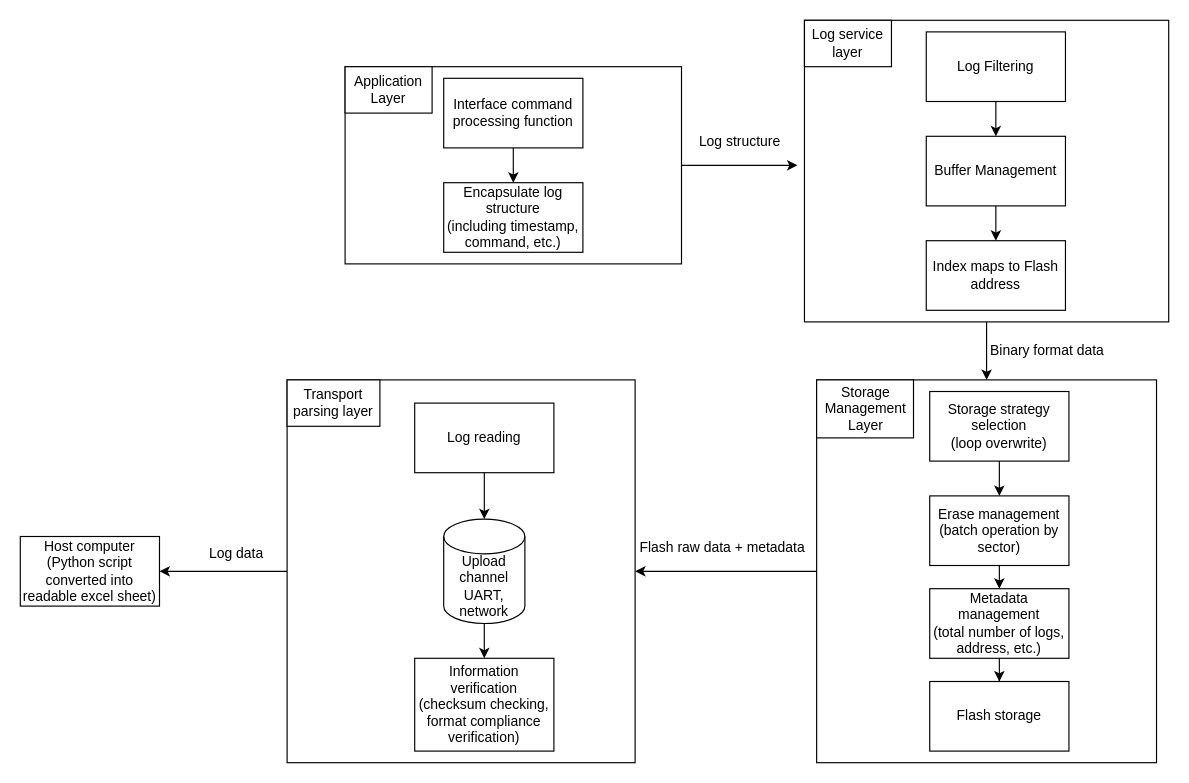
WHUT-LHT/hello-world keeps this draw.io diagram as page "第 1 页" (1 of 4) of 小论文.drawio. Above is the earlier version. Source tidied: cells renumbered, new cells numbered last; positions are measured from the earlier drawing's top-left corner, leaving out a move shared by most shapes. Both pictures are drawn from the tidied source at 116%, with x=0, y=0 at pixel (20, 20).
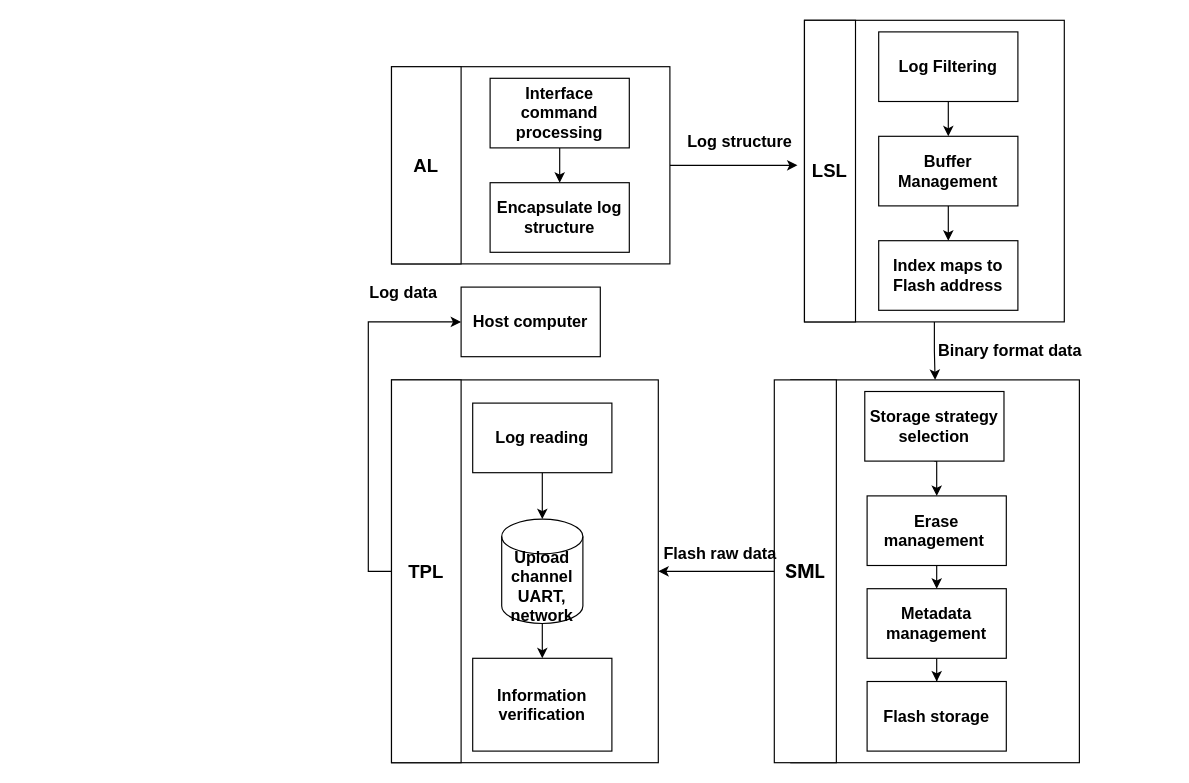
After the change.

What changed in the source:
```diff
@@
-    <mxCell id="2" style="edgeStyle=orthogonalEdgeStyle;rounded=0;jettySize=auto;html=1;exitX=0.5;exitY=1;exitDx=0;exitDy=0;entryX=0.5;entryY=0;entryDx=0;entryDy=0;" parent="1" edge="1" source="3" target="17">
+    <mxCell id="2" style="edgeStyle=orthogonalEdgeStyle;rounded=0;jettySize=auto;html=1;exitX=0.5;exitY=1;exitDx=0;exitDy=0;entryX=0.5;entryY=0;entryDx=0;entryDy=0;fontSize=12;" parent="1" edge="1" source="3" target="17">
       <mxGeometry relative="1" as="geometry" />
     </mxCell>
-    <mxCell id="3" style="rounded=0;whiteSpace=wrap;html=1;" parent="1" vertex="1">
-      <mxGeometry x="676" width="314" height="260" as="geometry" />
+    <mxCell id="3" style="rounded=0;whiteSpace=wrap;html=1;fontSize=12;" parent="1" vertex="1">
+      <mxGeometry x="676" width="224" height="260" as="geometry" />
     </mxCell>
-    <mxCell id="4" style="edgeStyle=orthogonalEdgeStyle;rounded=0;jettySize=auto;html=1;" parent="1" edge="1" source="5">
+    <mxCell id="4" style="edgeStyle=orthogonalEdgeStyle;rounded=0;jettySize=auto;html=1;fontSize=12;" parent="1" edge="1" source="5">
       <mxGeometry relative="1" as="geometry">
         <mxPoint x="670" y="125" as="targetPoint" />
       </mxGeometry>
     </mxCell>
-    <mxCell id="5" style="rounded=0;whiteSpace=wrap;html=1;align=center;" parent="1" vertex="1">
-      <mxGeometry x="280" y="40" width="290" height="170" as="geometry" />
+    <mxCell id="5" style="rounded=0;whiteSpace=wrap;html=1;align=center;fontSize=12;" parent="1" vertex="1">
+      <mxGeometry x="320" y="40" width="240" height="170" as="geometry" />
     </mxCell>
-    <mxCell id="6" value="Application Layer" style="rounded=0;whiteSpace=wrap;html=1;" parent="1" vertex="1">
-      <mxGeometry x="280" y="40" width="75" height="40" as="geometry" />
+    <mxCell id="6" value="&lt;b&gt;AL&lt;/b&gt;" style="rounded=0;whiteSpace=wrap;html=1;fontSize=16;" parent="1" vertex="1">
+      <mxGeometry x="320" y="40" width="60" height="170" as="geometry" />
     </mxCell>
-    <mxCell id="7" style="edgeStyle=orthogonalEdgeStyle;rounded=0;jettySize=auto;html=1;exitX=0.5;exitY=1;exitDx=0;exitDy=0;entryX=0.5;entryY=0;entryDx=0;entryDy=0;" parent="1" edge="1" source="8" target="9">
+    <mxCell id="7" style="edgeStyle=orthogonalEdgeStyle;rounded=0;jettySize=auto;html=1;exitX=0.5;exitY=1;exitDx=0;exitDy=0;entryX=0.5;entryY=0;entryDx=0;entryDy=0;fontSize=12;" parent="1" edge="1" source="8" target="9">
       <mxGeometry relative="1" as="geometry" />
     </mxCell>
-    <mxCell id="8" value="Interface command processing function" style="rounded=0;whiteSpace=wrap;html=1;" parent="1" vertex="1">
-      <mxGeometry x="365" y="50" width="120" height="60" as="geometry" />
+    <mxCell id="8" value="Interface command processing" style="rounded=0;whiteSpace=wrap;html=1;fontSize=14;fontStyle=1;" parent="1" vertex="1">
+      <mxGeometry x="405" y="50" width="120" height="60" as="geometry" />
     </mxCell>
-    <mxCell id="9" value="&lt;div&gt;Encapsulate log structure&lt;/div&gt;&lt;div&gt;(including timestamp, command, etc.)&lt;/div&gt;" style="rounded=0;whiteSpace=wrap;html=1;" parent="1" vertex="1">
-      <mxGeometry x="365" y="140" width="120" height="60" as="geometry" />
+    <mxCell id="9" value="&lt;div&gt;Encapsulate log structure&lt;/div&gt;" style="rounded=0;whiteSpace=wrap;html=1;fontSize=14;fontStyle=1;" parent="1" vertex="1">
+      <mxGeometry x="405" y="140" width="120" height="60" as="geometry" />
     </mxCell>
-    <mxCell id="10" style="edgeStyle=orthogonalEdgeStyle;rounded=0;jettySize=auto;html=1;" parent="1" edge="1" source="11" target="13">
+    <mxCell id="10" style="edgeStyle=orthogonalEdgeStyle;rounded=0;jettySize=auto;html=1;fontSize=12;" parent="1" edge="1" source="11" target="13">
       <mxGeometry relative="1" as="geometry" />
     </mxCell>
-    <mxCell id="11" value="Log Filtering" style="rounded=0;whiteSpace=wrap;html=1;" parent="1" vertex="1">
-      <mxGeometry x="781" y="10" width="120" height="60" as="geometry" />
+    <mxCell id="11" value="Log Filtering" style="rounded=0;whiteSpace=wrap;html=1;fontSize=14;fontStyle=1;" parent="1" vertex="1">
+      <mxGeometry x="740" y="10" width="120" height="60" as="geometry" />
     </mxCell>
-    <mxCell id="12" style="edgeStyle=orthogonalEdgeStyle;rounded=0;jettySize=auto;html=1;" parent="1" edge="1" source="13" target="15">
+    <mxCell id="12" style="edgeStyle=orthogonalEdgeStyle;rounded=0;jettySize=auto;html=1;fontSize=12;" parent="1" edge="1" source="13" target="15">
       <mxGeometry relative="1" as="geometry" />
     </mxCell>
-    <mxCell id="13" value="Buffer Management" style="rounded=0;whiteSpace=wrap;html=1;" parent="1" vertex="1">
-      <mxGeometry x="781" y="100" width="120" height="60" as="geometry" />
+    <mxCell id="13" value="Buffer Management" style="rounded=0;whiteSpace=wrap;html=1;fontSize=14;fontStyle=1;" parent="1" vertex="1">
+      <mxGeometry x="740" y="100" width="120" height="60" as="geometry" />
     </mxCell>
-    <mxCell id="14" value="Log service layer" style="rounded=0;whiteSpace=wrap;html=1;" parent="1" vertex="1">
-      <mxGeometry x="676" width="75" height="40" as="geometry" />
+    <mxCell id="14" value="LSL" style="rounded=0;whiteSpace=wrap;html=1;fontSize=16;fontStyle=1;" parent="1" vertex="1">
+      <mxGeometry x="676" width="44" height="260" as="geometry" />
     </mxCell>
-    <mxCell id="15" value="Index maps to Flash address" style="rounded=0;whiteSpace=wrap;html=1;" parent="1" vertex="1">
-      <mxGeometry x="781" y="190" width="120" height="60" as="geometry" />
+    <mxCell id="15" value="Index maps to Flash address" style="rounded=0;whiteSpace=wrap;html=1;fontSize=14;fontStyle=1;" parent="1" vertex="1">
+      <mxGeometry x="740" y="190" width="120" height="60" as="geometry" />
     </mxCell>
-    <mxCell id="16" style="edgeStyle=orthogonalEdgeStyle;rounded=0;jettySize=auto;html=1;entryX=1;entryY=0.5;entryDx=0;entryDy=0;" parent="1" edge="1" source="17" target="28">
+    <mxCell id="16" style="edgeStyle=orthogonalEdgeStyle;rounded=0;jettySize=auto;html=1;entryX=1;entryY=0.5;entryDx=0;entryDy=0;fontSize=12;" parent="1" edge="1" source="17" target="28">
       <mxGeometry relative="1" as="geometry" />
     </mxCell>
-    <mxCell id="17" style="rounded=0;whiteSpace=wrap;html=1;" parent="1" vertex="1">
-      <mxGeometry x="686.5" y="310" width="293" height="330" as="geometry" />
+    <mxCell id="17" style="rounded=0;whiteSpace=wrap;html=1;fontSize=12;" parent="1" vertex="1">
+      <mxGeometry x="664.2" y="310" width="248.8" height="330" as="geometry" />
     </mxCell>
-    <mxCell id="18" value="Storage Management Layer" style="rounded=0;whiteSpace=wrap;html=1;" parent="1" vertex="1">
-      <mxGeometry x="686.5" y="310" width="83.5" height="50" as="geometry" />
+    <mxCell id="18" value="&lt;div style=&quot;text-align: start;&quot;&gt;&lt;span style=&quot;color: light-dark(rgb(0, 0, 0), rgb(255, 255, 255)); font-size: 16px; background-color: rgb(255, 255, 255);&quot;&gt;&lt;font face=&quot;Inter, -apple-system, BlinkMacSystemFont, Segoe UI, SF Pro SC, SF Pro Display, SF Pro Icons, PingFang SC, Hiragino Sans GB, Microsoft YaHei, Helvetica Neue, Helvetica, Arial, sans-serif&quot;&gt;&lt;b&gt;SML&lt;/b&gt;&lt;/font&gt;&lt;/span&gt;&lt;/div&gt;" style="rounded=0;whiteSpace=wrap;html=1;fontSize=12;" parent="1" vertex="1">
+      <mxGeometry x="650" y="310" width="53.5" height="330" as="geometry" />
     </mxCell>
-    <mxCell id="19" style="edgeStyle=orthogonalEdgeStyle;rounded=0;jettySize=auto;html=1;exitX=0.5;exitY=1;exitDx=0;exitDy=0;entryX=0.5;entryY=0;entryDx=0;entryDy=0;" parent="1" edge="1" source="20" target="22">
+    <mxCell id="19" style="edgeStyle=orthogonalEdgeStyle;rounded=0;jettySize=auto;html=1;exitX=0.5;exitY=1;exitDx=0;exitDy=0;entryX=0.5;entryY=0;entryDx=0;entryDy=0;fontSize=12;" parent="1" edge="1" source="20" target="22">
       <mxGeometry relative="1" as="geometry" />
     </mxCell>
-    <mxCell id="20" value="&lt;div&gt;Storage strategy selection&lt;/div&gt;&lt;div&gt;(loop overwrite)&lt;/div&gt;" style="rounded=0;whiteSpace=wrap;html=1;" parent="1" vertex="1">
-      <mxGeometry x="784" y="320" width="120" height="60" as="geometry" />
+    <mxCell id="20" value="&lt;div&gt;Storage strategy selection&lt;/div&gt;" style="rounded=0;whiteSpace=wrap;html=1;fontSize=14;fontStyle=1;" parent="1" vertex="1">
+      <mxGeometry x="728" y="320" width="120" height="60" as="geometry" />
     </mxCell>
-    <mxCell id="21" style="edgeStyle=orthogonalEdgeStyle;rounded=0;jettySize=auto;html=1;exitX=0.5;exitY=1;exitDx=0;exitDy=0;entryX=0.5;entryY=0;entryDx=0;entryDy=0;" parent="1" edge="1" source="22" target="24">
+    <mxCell id="21" style="edgeStyle=orthogonalEdgeStyle;rounded=0;jettySize=auto;html=1;exitX=0.5;exitY=1;exitDx=0;exitDy=0;entryX=0.5;entryY=0;entryDx=0;entryDy=0;fontSize=12;" parent="1" edge="1" source="22" target="24">
       <mxGeometry relative="1" as="geometry" />
     </mxCell>
-    <mxCell id="22" value="Erase management (batch operation by sector)" style="rounded=0;whiteSpace=wrap;html=1;" parent="1" vertex="1">
-      <mxGeometry x="784" y="410" width="120" height="60" as="geometry" />
+    <mxCell id="22" value="Erase management&amp;nbsp;" style="rounded=0;whiteSpace=wrap;html=1;fontSize=14;fontStyle=1;" parent="1" vertex="1">
+      <mxGeometry x="730" y="410" width="120" height="60" as="geometry" />
     </mxCell>
-    <mxCell id="23" style="edgeStyle=orthogonalEdgeStyle;rounded=0;jettySize=auto;html=1;" parent="1" edge="1" source="24" target="25">
+    <mxCell id="23" style="edgeStyle=orthogonalEdgeStyle;rounded=0;jettySize=auto;html=1;fontSize=12;" parent="1" edge="1" source="24" target="25">
       <mxGeometry relative="1" as="geometry" />
     </mxCell>
-    <mxCell id="24" value="&lt;div&gt;Metadata management&lt;/div&gt;&lt;div&gt;(total number of logs, address, etc.)&lt;/div&gt;" style="rounded=0;whiteSpace=wrap;html=1;" parent="1" vertex="1">
-      <mxGeometry x="784" y="490" width="120" height="60" as="geometry" />
+    <mxCell id="24" value="&lt;div&gt;Metadata management&lt;/div&gt;" style="rounded=0;whiteSpace=wrap;html=1;fontSize=14;fontStyle=1;" parent="1" vertex="1">
+      <mxGeometry x="730" y="490" width="120" height="60" as="geometry" />
     </mxCell>
-    <mxCell id="25" value="Flash storage" style="rounded=0;whiteSpace=wrap;html=1;" parent="1" vertex="1">
-      <mxGeometry x="784" y="570" width="120" height="60" as="geometry" />
+    <mxCell id="25" value="Flash storage" style="rounded=0;whiteSpace=wrap;html=1;fontSize=14;fontStyle=1;" parent="1" vertex="1">
+      <mxGeometry x="730" y="570" width="120" height="60" as="geometry" />
     </mxCell>
-    <mxCell id="26" style="edgeStyle=orthogonalEdgeStyle;rounded=0;orthogonalLoop=1;jettySize=auto;html=1;exitX=0.5;exitY=1;exitDx=0;exitDy=0;" parent="1" edge="1" source="20" target="20">
+    <mxCell id="26" style="edgeStyle=orthogonalEdgeStyle;rounded=0;orthogonalLoop=1;jettySize=auto;html=1;exitX=0.5;exitY=1;exitDx=0;exitDy=0;fontSize=12;" parent="1" edge="1" source="20" target="20">
       <mxGeometry relative="1" as="geometry" />
     </mxCell>
-    <mxCell id="27" style="edgeStyle=orthogonalEdgeStyle;rounded=0;jettySize=auto;html=1;exitX=0;exitY=0.5;exitDx=0;exitDy=0;entryX=1;entryY=0.5;entryDx=0;entryDy=0;" parent="1" edge="1" source="28" target="39">
-      <mxGeometry relative="1" as="geometry" />
-    </mxCell>
-    <mxCell id="28" value="&lt;h4 style=&quot;-webkit-font-smoothing: antialiased; box-sizing: border-box; -webkit-tap-highlight-color: rgba(0, 0, 0, 0); font-weight: 700; line-height: 28px; margin-top: 24px; font-size: 16px; color: rgb(0, 0, 0); overflow-anchor: auto; font-family: Inter, -apple-system, BlinkMacSystemFont, &amp;quot;Segoe UI&amp;quot;, &amp;quot;SF Pro SC&amp;quot;, &amp;quot;SF Pro Display&amp;quot;, &amp;quot;SF Pro Icons&amp;quot;, &amp;quot;PingFang SC&amp;quot;, &amp;quot;Hiragino Sans GB&amp;quot;, &amp;quot;Microsoft YaHei&amp;quot;, &amp;quot;Helvetica Neue&amp;quot;, Helvetica, Arial, sans-serif; font-style: normal; font-variant-ligatures: normal; font-variant-caps: normal; letter-spacing: normal; orphans: 2; text-align: start; text-indent: 0px; text-transform: none; widows: 2; word-spacing: 0px; -webkit-text-stroke-width: 0px; white-space: normal; background-color: rgb(255, 255, 255); text-decoration-thickness: initial; text-decoration-style: initial; text-decoration-color: initial; margin-bottom: 8px !important; padding-bottom: 0px !important;&quot; class=&quot;header-jfw95c auto-hide-last-sibling-br&quot;&gt;&lt;br&gt;&lt;/h4&gt;&lt;div&gt;&lt;br/&gt;&lt;/div&gt;" style="rounded=0;whiteSpace=wrap;html=1;" parent="1" vertex="1">
-      <mxGeometry x="230" y="310" width="300" height="330" as="geometry" />
+    <mxCell id="28" value="&lt;h4 style=&quot;-webkit-font-smoothing: antialiased; box-sizing: border-box; -webkit-tap-highlight-color: rgba(0, 0, 0, 0); font-weight: 700; line-height: 28px; margin-top: 24px; color: rgb(0, 0, 0); overflow-anchor: auto; font-family: Inter, -apple-system, BlinkMacSystemFont, &amp;quot;Segoe UI&amp;quot;, &amp;quot;SF Pro SC&amp;quot;, &amp;quot;SF Pro Display&amp;quot;, &amp;quot;SF Pro Icons&amp;quot;, &amp;quot;PingFang SC&amp;quot;, &amp;quot;Hiragino Sans GB&amp;quot;, &amp;quot;Microsoft YaHei&amp;quot;, &amp;quot;Helvetica Neue&amp;quot;, Helvetica, Arial, sans-serif; font-style: normal; font-variant-ligatures: normal; font-variant-caps: normal; letter-spacing: normal; orphans: 2; text-align: start; text-indent: 0px; text-transform: none; widows: 2; word-spacing: 0px; -webkit-text-stroke-width: 0px; white-space: normal; background-color: rgb(255, 255, 255); text-decoration-thickness: initial; text-decoration-style: initial; text-decoration-color: initial; margin-bottom: 8px !important; padding-bottom: 0px !important;&quot; class=&quot;header-jfw95c auto-hide-last-sibling-br&quot;&gt;&lt;br&gt;&lt;/h4&gt;&lt;div&gt;&lt;br&gt;&lt;/div&gt;" style="rounded=0;whiteSpace=wrap;html=1;fontSize=12;" parent="1" vertex="1">
+      <mxGeometry x="320" y="310" width="230" height="330" as="geometry" />
     </mxCell>
+    <mxCell id="40" style="edgeStyle=orthogonalEdgeStyle;rounded=0;jettySize=auto;html=1;exitX=0;exitY=0.5;exitDx=0;exitDy=0;entryX=0;entryY=0.5;entryDx=0;entryDy=0;" parent="1" edge="1" source="29" target="39">
+      <mxGeometry relative="1" as="geometry" />
+    </mxCell>
-    <mxCell id="29" value="Transport parsing layer" style="rounded=0;whiteSpace=wrap;html=1;" parent="1" vertex="1">
-      <mxGeometry x="230" y="310" width="80" height="40" as="geometry" />
+    <mxCell id="29" value="&lt;span&gt;TPL&lt;/span&gt;" style="rounded=0;whiteSpace=wrap;html=1;fontSize=16;fontStyle=1;" parent="1" vertex="1">
+      <mxGeometry x="320" y="310" width="60" height="330" as="geometry" />
     </mxCell>
-    <mxCell id="30" style="edgeStyle=orthogonalEdgeStyle;rounded=0;jettySize=auto;html=1;" parent="1" edge="1" source="31" target="33">
+    <mxCell id="30" style="edgeStyle=orthogonalEdgeStyle;rounded=0;jettySize=auto;html=1;fontSize=12;" parent="1" edge="1" source="31" target="33">
       <mxGeometry relative="1" as="geometry" />
     </mxCell>
-    <mxCell id="31" value="Log reading" style="rounded=0;whiteSpace=wrap;html=1;" parent="1" vertex="1">
-      <mxGeometry x="340" y="330" width="120" height="60" as="geometry" />
+    <mxCell id="31" value="Log reading" style="rounded=0;whiteSpace=wrap;html=1;fontSize=14;fontStyle=1;" parent="1" vertex="1">
+      <mxGeometry x="390" y="330" width="120" height="60" as="geometry" />
     </mxCell>
-    <mxCell id="32" style="edgeStyle=orthogonalEdgeStyle;rounded=0;jettySize=auto;html=1;" parent="1" edge="1" source="33" target="34">
+    <mxCell id="32" style="edgeStyle=orthogonalEdgeStyle;rounded=0;jettySize=auto;html=1;fontSize=12;" parent="1" edge="1" source="33" target="34">
       <mxGeometry relative="1" as="geometry" />
     </mxCell>
-    <mxCell id="33" value="Upload channel UART, network" style="shape=cylinder3;whiteSpace=wrap;html=1;boundedLbl=1;backgroundOutline=1;size=15;" parent="1" vertex="1">
-      <mxGeometry x="365" y="430" width="70" height="90" as="geometry" />
+    <mxCell id="33" value="Upload channel UART, network" style="shape=cylinder3;whiteSpace=wrap;html=1;boundedLbl=1;backgroundOutline=1;size=15;fontSize=14;fontStyle=1;" parent="1" vertex="1">
+      <mxGeometry x="415" y="430" width="70" height="90" as="geometry" />
     </mxCell>
-    <mxCell id="34" value="&lt;div&gt;Information verification&lt;/div&gt;&lt;div&gt;(checksum checking, format compliance verification)&lt;/div&gt;" style="rounded=0;whiteSpace=wrap;html=1;" parent="1" vertex="1">
-      <mxGeometry x="340" y="550" width="120" height="80" as="geometry" />
+    <mxCell id="34" value="&lt;div&gt;Information verification&lt;/div&gt;" style="rounded=0;whiteSpace=wrap;html=1;fontSize=14;fontStyle=1;" parent="1" vertex="1">
+      <mxGeometry x="390" y="550" width="120" height="80" as="geometry" />
     </mxCell>
-    <mxCell id="35" value="Log structure" style="text;html=1;align=center;verticalAlign=middle;strokeColor=none;fillColor=none;" parent="1" vertex="1">
-      <mxGeometry x="575" y="90" width="90" height="30" as="geometry" />
+    <mxCell id="35" value="Log structure" style="text;html=1;align=center;verticalAlign=middle;strokeColor=none;fillColor=none;fontSize=14;fontStyle=1;" parent="1" vertex="1">
+      <mxGeometry x="565" y="90" width="110" height="30" as="geometry" />
     </mxCell>
-    <mxCell id="36" value="Binary format data" style="text;html=1;align=center;verticalAlign=middle;strokeColor=none;fillColor=none;" parent="1" vertex="1">
-      <mxGeometry x="825" y="270" width="120" height="30" as="geometry" />
+    <mxCell id="36" value="Binary format data" style="text;html=1;align=center;verticalAlign=middle;strokeColor=none;fillColor=none;fontSize=14;fontStyle=1;" parent="1" vertex="1">
+      <mxGeometry x="783" y="270" width="140" height="30" as="geometry" />
     </mxCell>
-    <mxCell id="37" value="Flash raw data + metadata" style="text;html=1;align=center;verticalAlign=middle;strokeColor=none;fillColor=none;" parent="1" vertex="1">
-      <mxGeometry x="520" y="440" width="170" height="30" as="geometry" />
+    <mxCell id="37" value="Flash raw data&amp;nbsp;" style="text;html=1;align=center;verticalAlign=middle;strokeColor=none;fillColor=none;fontSize=14;fontStyle=1;" parent="1" vertex="1">
+      <mxGeometry x="545" y="445" width="120" height="30" as="geometry" />
     </mxCell>
-    <mxCell id="38" value="Log data" style="text;html=1;align=center;verticalAlign=middle;strokeColor=none;fillColor=none;" parent="1" vertex="1">
-      <mxGeometry x="151" y="445" width="70" height="30" as="geometry" />
+    <mxCell id="38" value="Log data" style="text;html=1;align=center;verticalAlign=middle;strokeColor=none;fillColor=none;fontSize=14;fontStyle=1;" parent="1" vertex="1">
+      <mxGeometry x="290" y="220" width="80" height="30" as="geometry" />
     </mxCell>
-    <mxCell id="39" value="&lt;div&gt;Host computer&lt;/div&gt;&lt;div&gt;(Python script converted into readable excel sheet)&lt;/div&gt;" style="rounded=0;whiteSpace=wrap;html=1;" parent="1" vertex="1">
-      <mxGeometry y="445" width="120" height="60" as="geometry" />
+    <mxCell id="39" value="&lt;div&gt;Host computer&lt;/div&gt;" style="rounded=0;whiteSpace=wrap;html=1;fontSize=14;fontStyle=1;" parent="1" vertex="1">
+      <mxGeometry x="380" y="230" width="120" height="60" as="geometry" />
     </mxCell>
```
